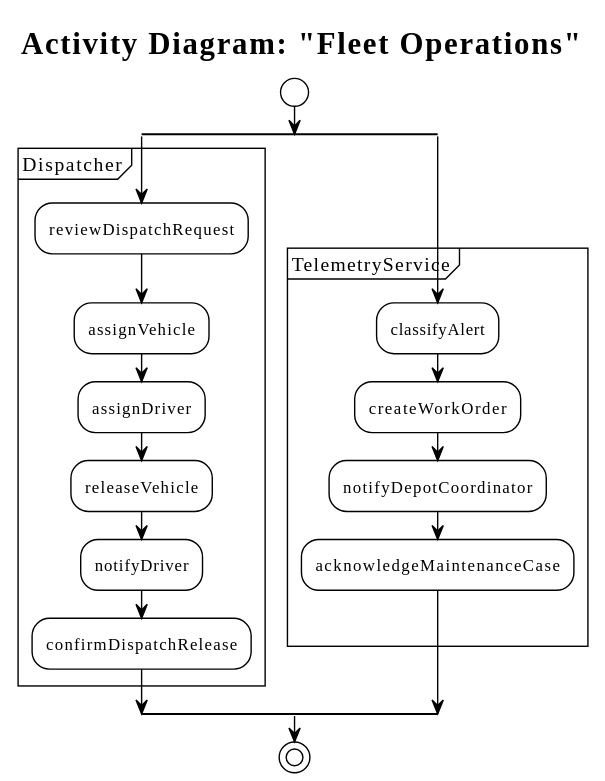
This is examples/fleet-operations/generated/activity/FleetOperations.activity.svg from fredoslav2004/modt-core, a PlantUML export, as it was before one commit. Source of this version:
```plantuml
@startuml
skinparam MessageAlign center
title Activity Diagram: "Fleet Operations"
!theme plain
skinparam classAttributeIconSize 0
start
split
partition "Dispatcher" {
    :reviewDispatchRequest;
    :assignVehicle;
    :assignDriver;
    :releaseVehicle;
    :notifyDriver;
    :confirmDispatchRelease;
    label DispatchTrip_end
}
split again
partition "TelemetryService" {
    :classifyAlert;
    :createWorkOrder;
    :notifyDepotCoordinator;
    :acknowledgeMaintenanceCase;
    label OpenMaintenanceCase_end
}
endsplit
stop
@enduml
```
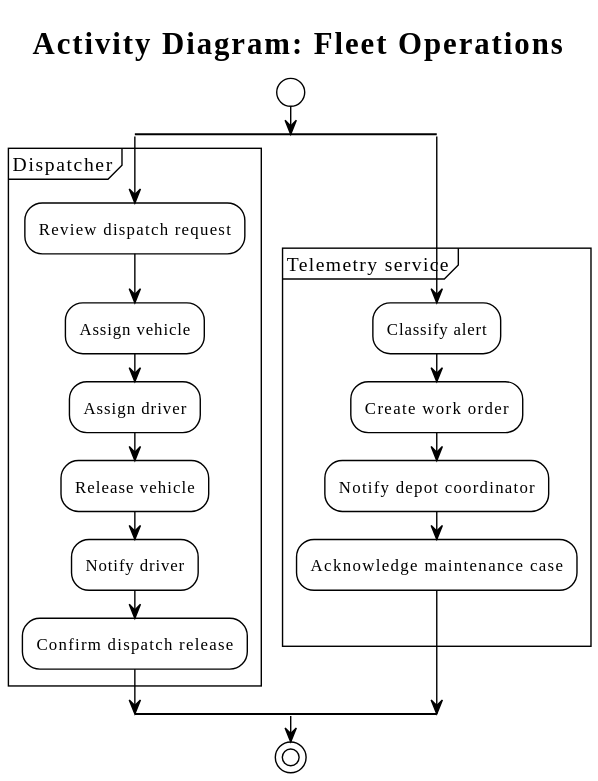
The same file after the commit.

What changed in the source:
```diff
@@ -1,25 +1,25 @@
 @startuml
 skinparam MessageAlign center
-title Activity Diagram: "Fleet Operations"
+title Activity Diagram: Fleet Operations
 !theme plain
 skinparam classAttributeIconSize 0
 start
 split
 partition "Dispatcher" {
-    :reviewDispatchRequest;
-    :assignVehicle;
-    :assignDriver;
-    :releaseVehicle;
-    :notifyDriver;
-    :confirmDispatchRelease;
+    :Review dispatch request;
+    :Assign vehicle;
+    :Assign driver;
+    :Release vehicle;
+    :Notify driver;
+    :Confirm dispatch release;
     label DispatchTrip_end
 }
 split again
-partition "TelemetryService" {
-    :classifyAlert;
-    :createWorkOrder;
-    :notifyDepotCoordinator;
-    :acknowledgeMaintenanceCase;
+partition "Telemetry service" {
+    :Classify alert;
+    :Create work order;
+    :Notify depot coordinator;
+    :Acknowledge maintenance case;
     label OpenMaintenanceCase_end
 }
 endsplit
```
